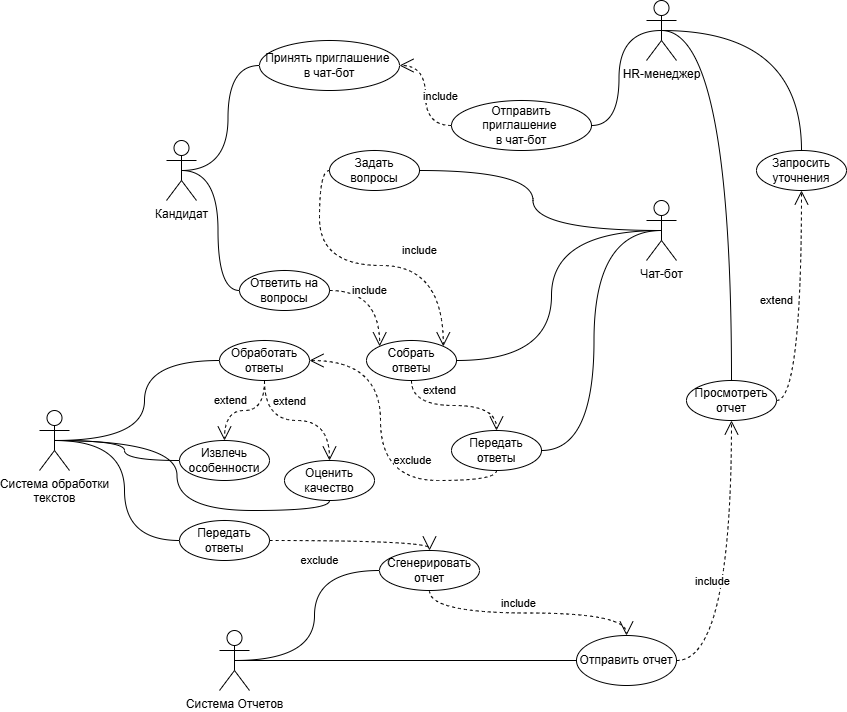
This is Диаграмма вариантов использования.drawio.png from Evgeny-Yakovlev73/Diagramms, a draw.io export, as it was before one commit. Source tidied: cells renumbered, new cells last; positions are measured from the earlier drawing's top-left corner, leaving out a move shared by most shapes.
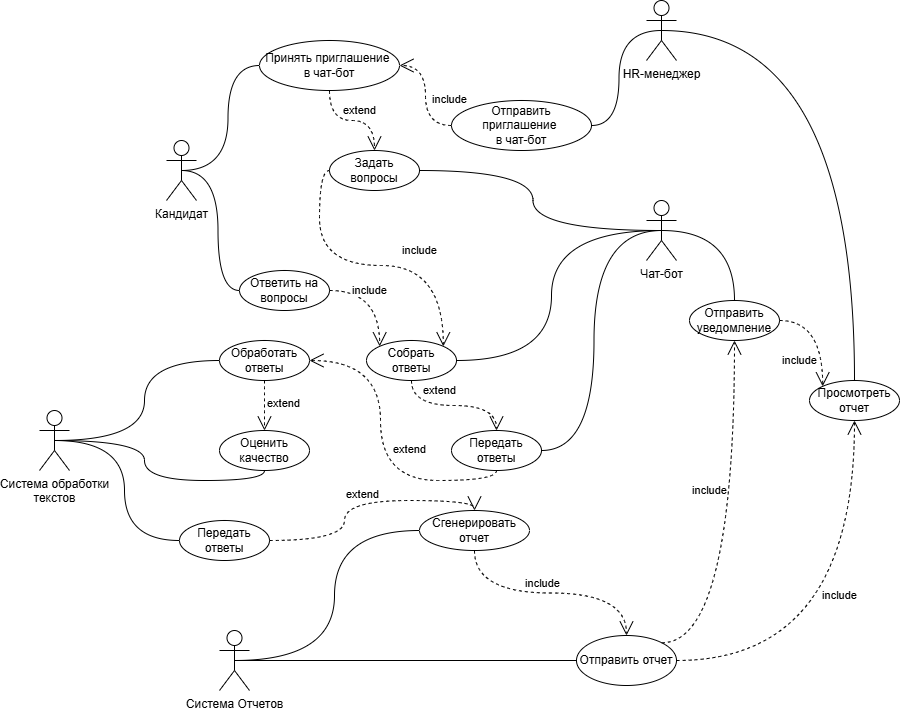
After the change.

Change to the diagram source:
```diff
@@ -36,22 +36,19 @@
       <mxGeometry x="180" y="340" width="90" height="40" as="geometry" />
     </mxCell>
     <mxCell id="13" value="Сгенерировать отчет" style="ellipse;whiteSpace=wrap;html=1;" parent="1" vertex="1">
-      <mxGeometry x="340" y="550" width="100" height="40" as="geometry" />
+      <mxGeometry x="380" y="510" width="110" height="40" as="geometry" />
     </mxCell>
     <mxCell id="14" value="Отправить отчет" style="ellipse;whiteSpace=wrap;html=1;" parent="1" vertex="1">
       <mxGeometry x="537" y="635" width="100" height="50" as="geometry" />
     </mxCell>
     <mxCell id="15" value="Просмотреть отчет" style="ellipse;whiteSpace=wrap;html=1;" parent="1" vertex="1">
-      <mxGeometry x="647" y="380" width="90" height="40" as="geometry" />
+      <mxGeometry x="770" y="380" width="90" height="40" as="geometry" />
     </mxCell>
-    <mxCell id="16" value="Запросить уточнения" style="ellipse;whiteSpace=wrap;html=1;" parent="1" vertex="1">
-      <mxGeometry x="717" y="150" width="90" height="40" as="geometry" />
-    </mxCell>
     <mxCell id="17" value="Принять приглашение&amp;nbsp;&lt;div&gt;в чат-бот&lt;/div&gt;" style="ellipse;whiteSpace=wrap;html=1;" parent="1" vertex="1">
       <mxGeometry x="220" y="40" width="140" height="50" as="geometry" />
     </mxCell>
     <mxCell id="18" value="include" style="endArrow=open;endSize=12;dashed=1;html=1;rounded=0;exitX=0;exitY=0.5;exitDx=0;exitDy=0;entryX=1;entryY=0.5;entryDx=0;entryDy=0;edgeStyle=orthogonalEdgeStyle;curved=1;" parent="1" edge="1" source="4" target="17">
-      <mxGeometry x="-0.01" y="-15" relative="1" as="geometry" />
+      <mxGeometry x="-0.09" y="-24" relative="1" as="geometry" />
     </mxCell>
     <mxCell id="19" style="endArrow=none;html=1;edgeStyle=orthogonalEdgeStyle;rounded=0;elbow=vertical;curved=1;entryX=1;entryY=0.5;entryDx=0;entryDy=0;exitX=0.5;exitY=0.5;exitDx=0;exitDy=0;exitPerimeter=0;" parent="1" edge="1" source="3" target="4">
       <mxGeometry relative="1" as="geometry" />
@@ -77,8 +74,8 @@
     <mxCell id="26" value="extend" style="endArrow=open;endSize=12;dashed=1;html=1;rounded=0;exitX=0.5;exitY=1;exitDx=0;exitDy=0;entryX=0.5;entryY=0;entryDx=0;entryDy=0;edgeStyle=orthogonalEdgeStyle;curved=1;" parent="1" edge="1" source="10" target="11">
       <mxGeometry x="-0.21" y="15" relative="1" as="geometry" />
     </mxCell>
-    <mxCell id="27" value="exclude" style="endArrow=open;endSize=12;dashed=1;html=1;rounded=0;exitX=0.5;exitY=1;exitDx=0;exitDy=0;entryX=1;entryY=0.5;entryDx=0;entryDy=0;edgeStyle=orthogonalEdgeStyle;curved=1;" parent="1" edge="1" source="11" target="12">
-      <mxGeometry x="-0.41" y="-20" relative="1" as="geometry" />
+    <mxCell id="27" value="extend" style="endArrow=open;endSize=12;dashed=1;html=1;rounded=0;exitX=0.5;exitY=1;exitDx=0;exitDy=0;entryX=1;entryY=0.5;entryDx=0;entryDy=0;edgeStyle=orthogonalEdgeStyle;curved=1;" parent="1" edge="1" source="11" target="12">
+      <mxGeometry x="-0.02" y="-29" relative="1" as="geometry" />
     </mxCell>
     <mxCell id="28" style="endArrow=none;html=1;edgeStyle=orthogonalEdgeStyle;rounded=0;entryX=0;entryY=0.5;entryDx=0;entryDy=0;elbow=vertical;exitX=0.5;exitY=0.5;exitDx=0;exitDy=0;exitPerimeter=0;curved=1;" parent="1" edge="1" source="5" target="12">
       <mxGeometry relative="1" as="geometry" />
@@ -87,54 +84,52 @@
       <mxGeometry x="-0.08" y="10" relative="1" as="geometry" />
     </mxCell>
     <mxCell id="30" value="include" style="endArrow=open;endSize=12;dashed=1;html=1;rounded=0;exitX=1;exitY=0.5;exitDx=0;exitDy=0;entryX=0.5;entryY=1;entryDx=0;entryDy=0;edgeStyle=orthogonalEdgeStyle;curved=1;" parent="1" edge="1" source="14" target="15">
-      <mxGeometry x="-0.1" y="19" relative="1" as="geometry" />
+      <mxGeometry x="0.17" y="15" relative="1" as="geometry" />
     </mxCell>
     <mxCell id="31" style="endArrow=none;html=1;edgeStyle=orthogonalEdgeStyle;rounded=0;elbow=vertical;curved=1;entryX=0.5;entryY=0;entryDx=0;entryDy=0;exitX=0.5;exitY=0.5;exitDx=0;exitDy=0;exitPerimeter=0;" parent="1" edge="1" source="3" target="15">
       <mxGeometry relative="1" as="geometry" />
     </mxCell>
-    <mxCell id="32" style="endArrow=none;html=1;edgeStyle=orthogonalEdgeStyle;rounded=0;elbow=vertical;curved=1;entryX=0.5;entryY=0;entryDx=0;entryDy=0;exitX=0.5;exitY=0.5;exitDx=0;exitDy=0;exitPerimeter=0;" parent="1" edge="1" source="3" target="16">
-      <mxGeometry relative="1" as="geometry" />
-    </mxCell>
-    <mxCell id="33" value="extend" style="endArrow=open;endSize=12;dashed=1;html=1;rounded=0;exitX=1;exitY=0.5;exitDx=0;exitDy=0;entryX=0.5;entryY=1;entryDx=0;entryDy=0;edgeStyle=orthogonalEdgeStyle;curved=1;" parent="1" edge="1" source="15" target="16">
-      <mxGeometry x="0.06" y="25" relative="1" as="geometry" />
-    </mxCell>
     <mxCell id="34" value="Система Отчетов" style="shape=umlActor;verticalLabelPosition=bottom;verticalAlign=top;html=1;outlineConnect=0;" parent="1" vertex="1">
       <mxGeometry x="180" y="630" width="30" height="60" as="geometry" />
     </mxCell>
     <mxCell id="35" value="Оценить качество" style="ellipse;whiteSpace=wrap;html=1;" parent="1" vertex="1">
-      <mxGeometry x="245" y="460" width="90" height="40" as="geometry" />
+      <mxGeometry x="180" y="430" width="90" height="40" as="geometry" />
     </mxCell>
     <mxCell id="36" value="extend" style="endArrow=open;endSize=12;dashed=1;html=1;rounded=0;entryX=0.5;entryY=0;entryDx=0;entryDy=0;edgeStyle=orthogonalEdgeStyle;curved=1;exitX=0.5;exitY=1;exitDx=0;exitDy=0;" parent="1" edge="1" source="12" target="35">
       <mxGeometry x="-0.1" y="19" relative="1" as="geometry" />
     </mxCell>
-    <mxCell id="37" value="extend" style="endArrow=open;endSize=12;dashed=1;html=1;rounded=0;entryX=0.5;entryY=0;entryDx=0;entryDy=0;edgeStyle=orthogonalEdgeStyle;curved=1;exitX=0.5;exitY=1;exitDx=0;exitDy=0;" parent="1" edge="1" source="12" target="41">
-      <mxGeometry x="0.36" y="-5" relative="1" as="geometry">
-        <mxPoint x="5" y="-5" as="offset" />
-      </mxGeometry>
-    </mxCell>
     <mxCell id="38" value="Передать ответы" style="ellipse;whiteSpace=wrap;html=1;" parent="1" vertex="1">
       <mxGeometry x="140" y="520" width="90" height="40" as="geometry" />
     </mxCell>
     <mxCell id="39" style="endArrow=none;html=1;edgeStyle=orthogonalEdgeStyle;rounded=0;entryX=0;entryY=0.5;entryDx=0;entryDy=0;elbow=vertical;exitX=0.5;exitY=0.5;exitDx=0;exitDy=0;exitPerimeter=0;curved=1;" parent="1" edge="1" source="5" target="38">
       <mxGeometry relative="1" as="geometry" />
     </mxCell>
-    <mxCell id="40" style="endArrow=none;html=1;edgeStyle=orthogonalEdgeStyle;rounded=0;entryX=0;entryY=0.5;entryDx=0;entryDy=0;elbow=vertical;exitX=0.5;exitY=0.5;exitDx=0;exitDy=0;exitPerimeter=0;curved=1;" parent="1" edge="1" source="5" target="41">
-      <mxGeometry relative="1" as="geometry" />
-    </mxCell>
-    <mxCell id="41" value="Извлечь особенности" style="ellipse;whiteSpace=wrap;html=1;" parent="1" vertex="1">
-      <mxGeometry x="140" y="440" width="90" height="40" as="geometry" />
-    </mxCell>
     <mxCell id="42" style="endArrow=none;html=1;edgeStyle=orthogonalEdgeStyle;rounded=0;entryX=0;entryY=0.5;entryDx=0;entryDy=0;elbow=vertical;exitX=0.5;exitY=0.5;exitDx=0;exitDy=0;exitPerimeter=0;curved=1;" parent="1" edge="1" source="34" target="13">
       <mxGeometry relative="1" as="geometry" />
     </mxCell>
     <mxCell id="43" style="endArrow=none;html=1;edgeStyle=orthogonalEdgeStyle;rounded=0;entryX=0;entryY=0.5;entryDx=0;entryDy=0;elbow=vertical;exitX=0.5;exitY=0.5;exitDx=0;exitDy=0;exitPerimeter=0;curved=1;" parent="1" edge="1" source="34" target="14">
       <mxGeometry relative="1" as="geometry" />
     </mxCell>
-    <mxCell id="44" value="exclude" style="endArrow=open;endSize=12;dashed=1;html=1;rounded=0;exitX=1;exitY=0.5;exitDx=0;exitDy=0;entryX=0.5;entryY=0;entryDx=0;entryDy=0;edgeStyle=orthogonalEdgeStyle;curved=1;" parent="1" edge="1" source="38" target="13">
-      <mxGeometry x="-0.41" y="-20" relative="1" as="geometry" />
+    <mxCell id="44" value="extend" style="endArrow=open;endSize=12;dashed=1;html=1;rounded=0;exitX=1;exitY=0.5;exitDx=0;exitDy=0;entryX=0.5;entryY=0;entryDx=0;entryDy=0;edgeStyle=orthogonalEdgeStyle;curved=1;" parent="1" edge="1" source="38" target="13">
+      <mxGeometry x="0.05" y="6" relative="1" as="geometry" />
     </mxCell>
     <mxCell id="45" style="endArrow=none;html=1;edgeStyle=orthogonalEdgeStyle;rounded=0;entryX=0.5;entryY=1;entryDx=0;entryDy=0;elbow=vertical;exitX=0.5;exitY=0.5;exitDx=0;exitDy=0;exitPerimeter=0;curved=1;" parent="1" edge="1" source="5" target="35">
       <mxGeometry relative="1" as="geometry" />
     </mxCell>
+    <mxCell id="46" value="extend" style="endArrow=open;endSize=12;dashed=1;html=1;rounded=0;exitX=0.5;exitY=1;exitDx=0;exitDy=0;entryX=0.5;entryY=0;entryDx=0;entryDy=0;edgeStyle=orthogonalEdgeStyle;curved=1;" parent="1" edge="1" source="17" target="9">
+      <mxGeometry x="0.14" y="10" relative="1" as="geometry" />
+    </mxCell>
+    <mxCell id="47" value="Отправить уведомление" style="ellipse;whiteSpace=wrap;html=1;" parent="1" vertex="1">
+      <mxGeometry x="650" y="300" width="90" height="40" as="geometry" />
+    </mxCell>
+    <mxCell id="48" style="endArrow=none;html=1;edgeStyle=orthogonalEdgeStyle;rounded=0;elbow=vertical;curved=1;entryX=0.5;entryY=0;entryDx=0;entryDy=0;exitX=0.5;exitY=0.5;exitDx=0;exitDy=0;exitPerimeter=0;" parent="1" edge="1" source="7" target="47">
+      <mxGeometry relative="1" as="geometry" />
+    </mxCell>
+    <mxCell id="49" value="include" style="endArrow=open;endSize=12;dashed=1;html=1;rounded=0;exitX=1;exitY=0;exitDx=0;exitDy=0;entryX=0.5;entryY=1;entryDx=0;entryDy=0;edgeStyle=orthogonalEdgeStyle;curved=1;" parent="1" edge="1" source="14" target="47">
+      <mxGeometry x="0.2" y="25" relative="1" as="geometry" />
+    </mxCell>
+    <mxCell id="50" value="include" style="endArrow=open;endSize=12;dashed=1;html=1;rounded=0;exitX=1;exitY=0.5;exitDx=0;exitDy=0;entryX=0;entryY=0;entryDx=0;entryDy=0;edgeStyle=orthogonalEdgeStyle;curved=1;" parent="1" edge="1" source="47" target="15">
+      <mxGeometry x="0.53" y="-23" relative="1" as="geometry" />
+    </mxCell>
   </root>
 </mxGraphModel>
```
